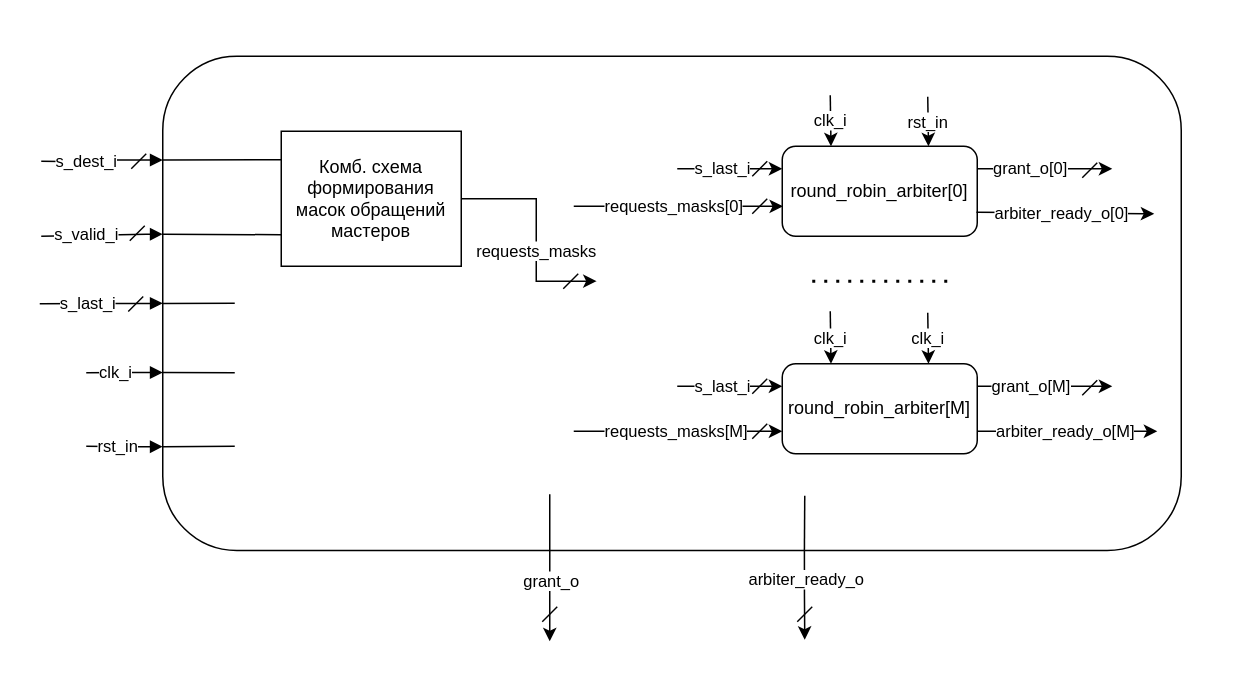
Earlier version of the draw.io diagram docs/arbiters_unit.drawio (sorukohi/stream-crossbar). Source tidied: cells renumbered, new cells numbered last; positions are measured from the earlier drawing's top-left corner, leaving out a move shared by most shapes. Both pictures are drawn from the tidied source at 150%, with x=0, y=0 at pixel (39, 56).
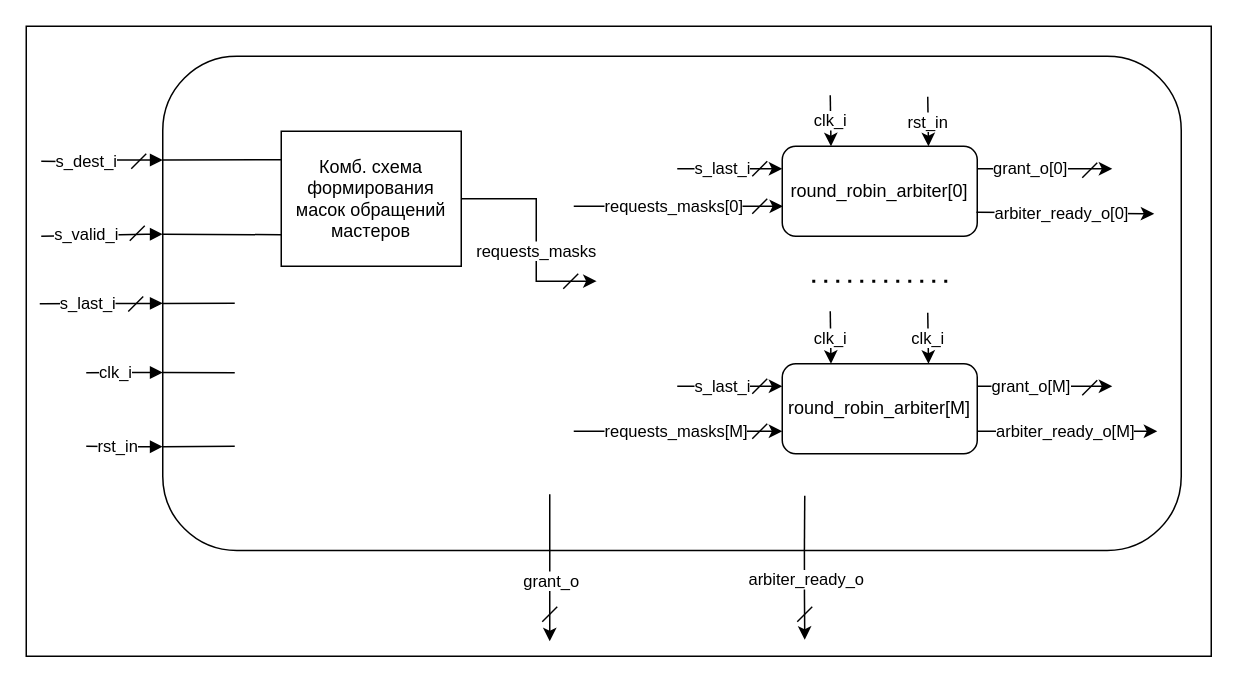
The same page after the edit.

Change to the diagram source:
```diff
@@
+    <mxCell id="46" style="rounded=0;whiteSpace=wrap;html=1;" parent="1" vertex="1">
+      <mxGeometry x="-9" y="-20" width="790" height="420" as="geometry" />
+    </mxCell>
```
